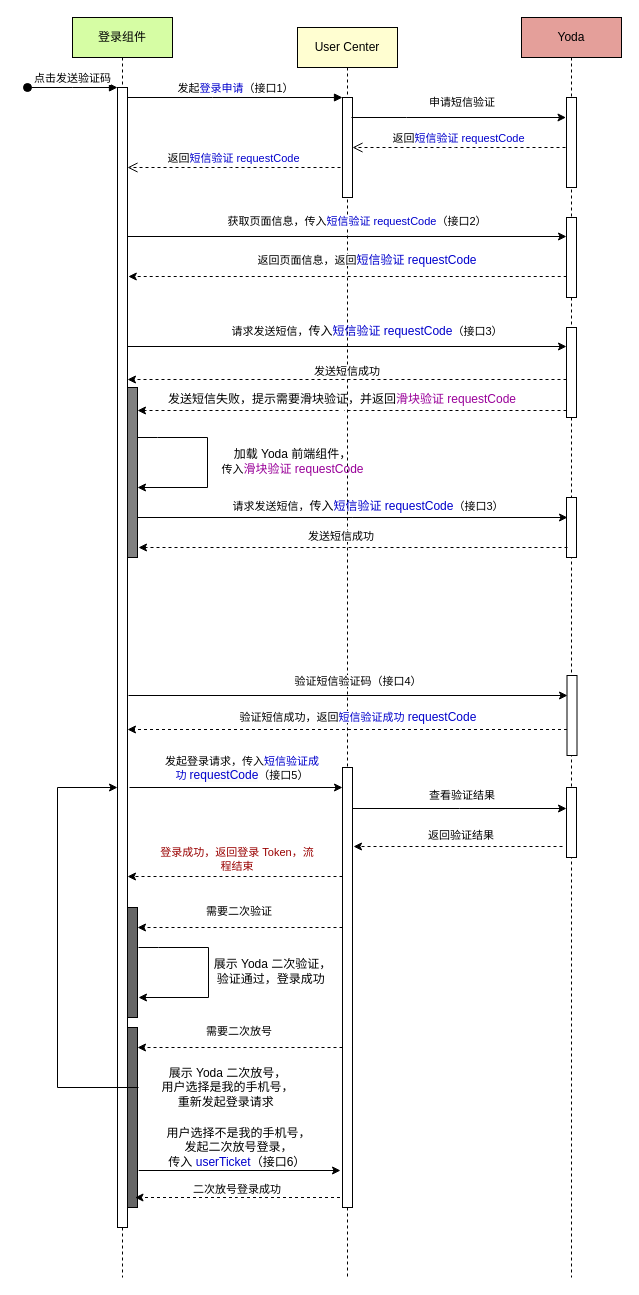
The draw.io diagram src/未命名绘图.drawio in zhengjiaqi/draw, before the edit. Source tidied: cells renumbered, new cells numbered last; positions are measured from the earlier drawing's top-left corner, leaving out a move shared by most shapes. Both pictures are drawn from the tidied source at 100%, with x=0, y=0 at pixel (27, 17).
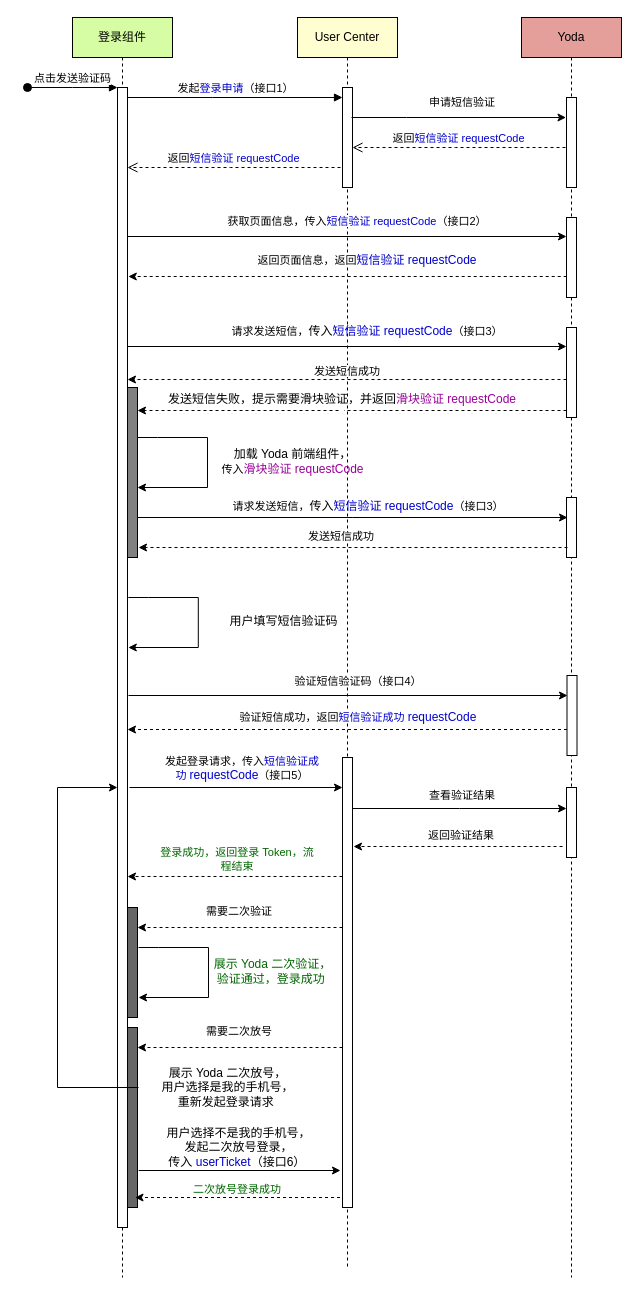
The same page after the edit.

Commit message:
更新未命名绘图.drawio

Diff of the diagram source:
```diff
@@
     <mxCell id="8" value="User Center" style="shape=umlLifeline;perimeter=lifelinePerimeter;whiteSpace=wrap;html=1;newEdgeStyle={&quot;edgeStyle&quot;:&quot;elbowEdgeStyle&quot;,&quot;elbow&quot;:&quot;vertical&quot;,&quot;curved&quot;:0,&quot;rounded&quot;:0};fillColor=#FFFED1;" parent="1" vertex="1">
-      <mxGeometry x="270" y="10" width="100" height="1250" as="geometry" />
+      <mxGeometry x="270" width="100" height="1250" as="geometry" />
     </mxCell>
@@
     <mxCell id="10" style="html=1;points=[];perimeter=orthogonalPerimeter;outlineConnect=0;targetShapes=umlLifeline;portConstraint=eastwest;newEdgeStyle={&quot;edgeStyle&quot;:&quot;elbowEdgeStyle&quot;,&quot;elbow&quot;:&quot;vertical&quot;,&quot;curved&quot;:0,&quot;rounded&quot;:0};" parent="8" vertex="1">
-      <mxGeometry x="45" y="740" width="10" height="440" as="geometry" />
+      <mxGeometry x="45" y="740" width="10" height="450" as="geometry" />
     </mxCell>
@@
-    <mxCell id="42" value="展示&amp;nbsp;Yoda 二次验证，&lt;br&gt;验证通过，登录成功&amp;nbsp;" style="text;html=1;align=center;verticalAlign=middle;strokeColor=none;fillColor=none;" parent="1" vertex="1">
+    <mxCell id="42" value="&lt;font color=&quot;#006600&quot;&gt;展示&amp;nbsp;Yoda 二次验证，&lt;br&gt;验证通过，登录成功&amp;nbsp;&lt;/font&gt;" style="text;html=1;align=center;verticalAlign=middle;strokeColor=none;fillColor=none;" parent="1" vertex="1">
       <mxGeometry x="175" y="934" width="140" height="40" as="geometry" />
     </mxCell>
@@
-    <mxCell id="52" value="&lt;span style=&quot;font-size: 11px; background-color: rgb(255, 255, 255);&quot;&gt;&lt;font color=&quot;#990000&quot;&gt;登录成功，返回登录 Token，流程结束&lt;/font&gt;&lt;/span&gt;" style="text;whiteSpace=wrap;html=1;align=center;" parent="1" vertex="1">
+    <mxCell id="52" value="&lt;span style=&quot;font-size: 11px; background-color: rgb(255, 255, 255);&quot;&gt;&lt;font color=&quot;#006600&quot;&gt;登录成功，返回登录 Token，流程结束&lt;/font&gt;&lt;/span&gt;" style="text;whiteSpace=wrap;html=1;align=center;" parent="1" vertex="1">
       <mxGeometry x="130" y="821" width="160" height="20" as="geometry" />
     </mxCell>
@@
-    <mxCell id="62" value="&lt;span style=&quot;font-size: 11px; background-color: rgb(255, 255, 255);&quot;&gt;二次放号登录成功&lt;/span&gt;" style="text;whiteSpace=wrap;html=1;align=center;" parent="1" vertex="1">
+    <mxCell id="62" value="&lt;span style=&quot;font-size: 11px; background-color: rgb(255, 255, 255);&quot;&gt;&lt;font color=&quot;#006600&quot;&gt;二次放号登录成功&lt;/font&gt;&lt;/span&gt;" style="text;whiteSpace=wrap;html=1;align=center;" parent="1" vertex="1">
       <mxGeometry x="112" y="1158" width="196" height="20" as="geometry" />
     </mxCell>
+    <mxCell id="63" style="endArrow=classic;html=1;rounded=0;" parent="1" edge="1">
+      <mxGeometry relative="1" as="geometry">
+        <mxPoint x="100.8" y="580" as="sourcePoint" />
+        <mxPoint x="100.8" y="630" as="targetPoint" />
+        <Array as="points">
+          <mxPoint x="120.8" y="580" />
+          <mxPoint x="170.8" y="580" />
+          <mxPoint x="170.8" y="630" />
+        </Array>
+      </mxGeometry>
+    </mxCell>
+    <mxCell id="64" value="用户填写短信验证码" style="text;html=1;align=center;verticalAlign=middle;strokeColor=none;fillColor=none;" parent="1" vertex="1">
+      <mxGeometry x="190.8" y="589" width="130" height="30" as="geometry" />
+    </mxCell>
```
